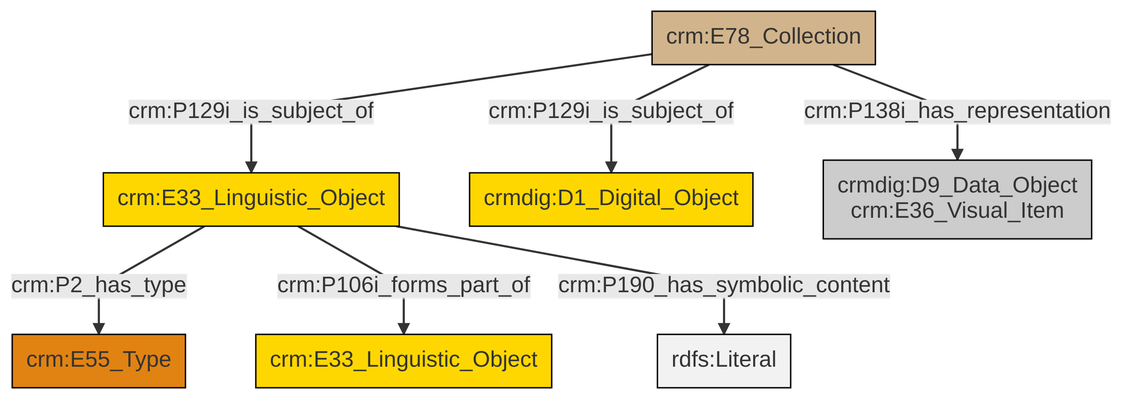
swiss-art-research-net/docs.swissartresearch keeps this Mermaid diagram as et/archivalCSV/ttl/mmd/png/archival_docs.png. Above is the earlier version. Its source is kept beside it as et/archivalCSV/ttl/mmd/archival_docs.ttl.mmd.
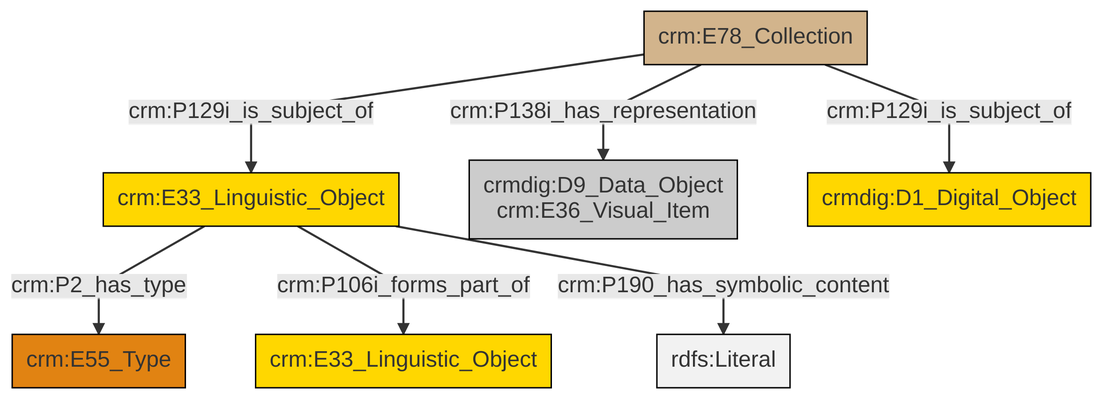
Above is the later version.

Diff of the diagram source:
```diff
@@ -13,9 +13,9 @@
 classDef PC_Classes fill:#4ce600, stroke:#000000;
 classDef Multi fill:#cccccc,stroke:#000000;
 
-2["crm:E33_Linguistic_Object"]:::Conceptual_Object -->|crm:P2_has_type| 3["crm:E55_Type"]:::Type
-6["crm:E78_Collection"]:::Physical_Thing -->|crm:P138i_has_representation| 7["crmdig:D9_Data_Object<br>crm:E36_Visual_Item"]:::Multi
-6["crm:E78_Collection"]:::Physical_Thing -->|crm:P129i_is_subject_of| 2["crm:E33_Linguistic_Object"]:::Conceptual_Object
-6["crm:E78_Collection"]:::Physical_Thing -->|crm:P129i_is_subject_of| 4["crmdig:D1_Digital_Object"]:::Conceptual_Object
-2["crm:E33_Linguistic_Object"]:::Conceptual_Object -->|crm:P106i_forms_part_of| 0["crm:E33_Linguistic_Object"]:::Conceptual_Object
-2["crm:E33_Linguistic_Object"]:::Conceptual_Object -->|crm:P190_has_symbolic_content| 11[rdfs:Literal]:::Literal
+0["crm:E33_Linguistic_Object"]:::Conceptual_Object -->|crm:P2_has_type| 1["crm:E55_Type"]:::Type
+7["crm:E78_Collection"]:::Physical_Thing -->|crm:P129i_is_subject_of| 8["crmdig:D1_Digital_Object"]:::Conceptual_Object
+0["crm:E33_Linguistic_Object"]:::Conceptual_Object -->|crm:P106i_forms_part_of| 10["crm:E33_Linguistic_Object"]:::Conceptual_Object
+7["crm:E78_Collection"]:::Physical_Thing -->|crm:P129i_is_subject_of| 0["crm:E33_Linguistic_Object"]:::Conceptual_Object
+7["crm:E78_Collection"]:::Physical_Thing -->|crm:P138i_has_representation| 5["crmdig:D9_Data_Object<br>crm:E36_Visual_Item"]:::Multi
+0["crm:E33_Linguistic_Object"]:::Conceptual_Object -->|crm:P190_has_symbolic_content| 13[rdfs:Literal]:::Literal
```
